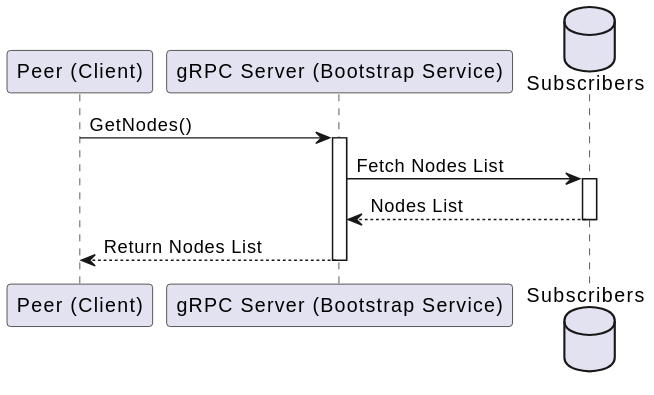
Before: docs/services/img/plantuml/bootstrap/bootstrap_grpc_request.svg, a diagram exported from PlantUML (freemans13/teranode). Its source is kept beside it as docs/services/img/plantuml/bootstrap/bootstrap_grpc_request.puml. The source it was exported from:
```plantuml
@startuml
participant "Peer (Client)" as Client
participant "gRPC Server (Bootstrap Service)" as Server
database "Subscribers" as Subs

Client -> Server : GetNodes()
activate Server

Server -> Subs : Fetch Nodes List
activate Subs
Subs --> Server : Nodes List
deactivate Subs

Server --> Client : Return Nodes List
deactivate Server
@enduml
```
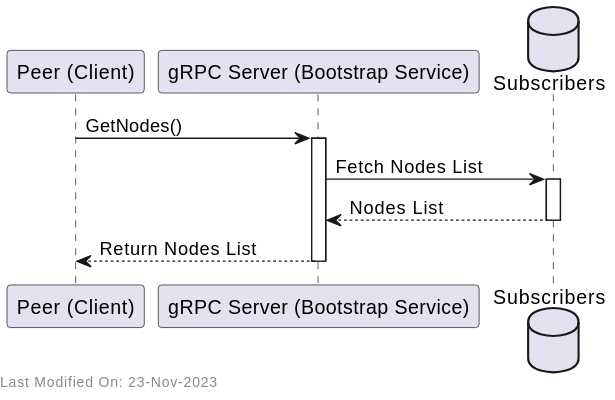
Above is the later version.

The edit, as a diff of the source:
```diff
@@ -13,4 +13,7 @@
 
 Server --> Client : Return Nodes List
 deactivate Server
+
+left footer Last Modified On: 23-Nov-2023
+
 @enduml
```
